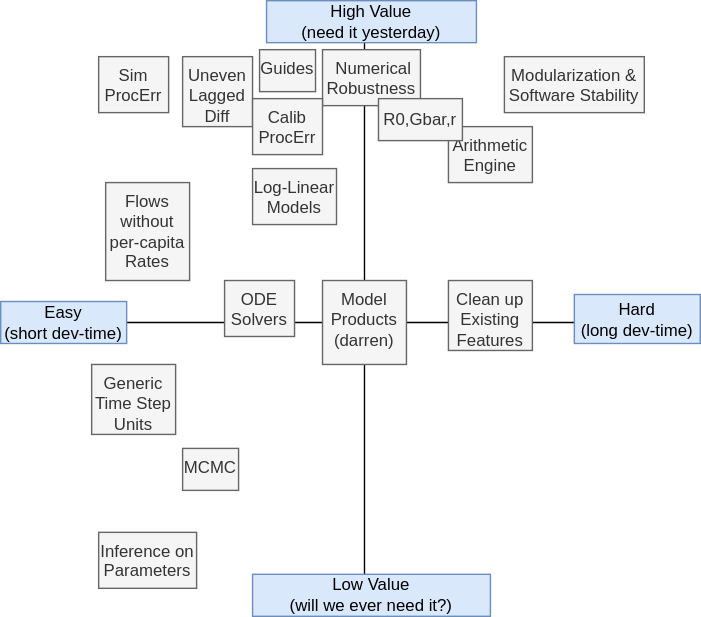
Earlier version of the draw.io export roadmap.svg (mac-theobio/McMasterPandemic). Source tidied: cells renumbered, new cells last; positions are measured from the earlier drawing's top-left corner, leaving out a move shared by most shapes. The source it was exported from:
```xml
<mxGraphModel>
  <root>
    <mxCell id="0" />
    <mxCell id="1" parent="0" />
    <mxCell id="2" style="endArrow=none;html=1;align=center;" parent="1" edge="1">
      <mxGeometry relative="1" as="geometry">
        <mxPoint x="260" y="410" as="sourcePoint" />
        <mxPoint x="260" y="30" as="targetPoint" />
      </mxGeometry>
    </mxCell>
    <mxCell id="3" style="endArrow=none;html=1;align=center;" parent="1" edge="1" target="4">
      <mxGeometry relative="1" as="geometry">
        <mxPoint x="440" y="230" as="sourcePoint" />
      </mxGeometry>
    </mxCell>
    <mxCell id="4" value="Easy&lt;br&gt;(short dev-time)" style="text;html=1;strokeColor=#6c8ebf;fillColor=#dae8fc;align=center;verticalAlign=middle;whiteSpace=wrap;rounded=0;" parent="1" vertex="1">
      <mxGeometry y="215" width="90" height="30" as="geometry" />
    </mxCell>
    <mxCell id="5" value="Hard&lt;br&gt;(long dev-time)" style="text;html=1;strokeColor=#6c8ebf;fillColor=#dae8fc;align=center;verticalAlign=middle;whiteSpace=wrap;rounded=0;" parent="1" vertex="1">
      <mxGeometry x="410" y="210" width="90" height="35" as="geometry" />
    </mxCell>
    <mxCell id="6" value="High Value&lt;br&gt;(need it yesterday)" style="text;html=1;strokeColor=#6c8ebf;fillColor=#dae8fc;align=center;verticalAlign=middle;whiteSpace=wrap;rounded=0;" parent="1" vertex="1">
      <mxGeometry x="190" width="150" height="30" as="geometry" />
    </mxCell>
    <mxCell id="7" value="Low Value&lt;br&gt;(will we ever need it?)" style="text;html=1;strokeColor=#6c8ebf;fillColor=#dae8fc;align=center;verticalAlign=middle;whiteSpace=wrap;rounded=0;" parent="1" vertex="1">
      <mxGeometry x="180" y="410" width="170" height="30" as="geometry" />
    </mxCell>
    <mxCell id="8" value="Arithmetic Engine&lt;br&gt;" style="text;whiteSpace=wrap;html=1;fillColor=#f5f5f5;fontColor=#333333;strokeColor=#666666;align=center;" parent="1" vertex="1">
      <mxGeometry x="320" y="90" width="60" height="40" as="geometry" />
    </mxCell>
    <mxCell id="9" value="&amp;nbsp;Numerical Robustness" style="text;whiteSpace=wrap;html=1;fillColor=#f5f5f5;fontColor=#333333;strokeColor=#666666;align=center;" parent="1" vertex="1">
      <mxGeometry x="230" y="35" width="70" height="40" as="geometry" />
    </mxCell>
    <mxCell id="10" value="Inference on Parameters" style="text;whiteSpace=wrap;html=1;fillColor=#f5f5f5;fontColor=#333333;strokeColor=#666666;align=center;" parent="1" vertex="1">
      <mxGeometry x="70" y="380" width="70" height="40" as="geometry" />
    </mxCell>
    <mxCell id="11" value="Log-Linear Models" style="text;whiteSpace=wrap;html=1;fillColor=#f5f5f5;fontColor=#333333;strokeColor=#666666;align=center;" parent="1" vertex="1">
      <mxGeometry x="180" y="120" width="60" height="40" as="geometry" />
    </mxCell>
    <mxCell id="12" value="Sim ProcErr" style="text;whiteSpace=wrap;html=1;fillColor=#f5f5f5;fontColor=#333333;strokeColor=#666666;align=center;" parent="1" vertex="1">
      <mxGeometry x="70" y="40" width="50" height="40" as="geometry" />
    </mxCell>
    <mxCell id="13" value="Model Products&lt;br&gt;(darren)" style="text;whiteSpace=wrap;html=1;fillColor=#f5f5f5;fontColor=#333333;strokeColor=#666666;align=center;" parent="1" vertex="1">
      <mxGeometry x="230" y="200" width="60" height="60" as="geometry" />
    </mxCell>
    <mxCell id="14" value="ODE Solvers" style="text;whiteSpace=wrap;html=1;fillColor=#f5f5f5;fontColor=#333333;strokeColor=#666666;align=center;" parent="1" vertex="1">
      <mxGeometry x="160" y="200" width="50" height="40" as="geometry" />
    </mxCell>
    <mxCell id="15" value="R0,Gbar,r" style="text;html=1;strokeColor=#666666;fillColor=#f5f5f5;align=center;verticalAlign=middle;whiteSpace=wrap;rounded=0;fontColor=#333333;" parent="1" vertex="1">
      <mxGeometry x="270" y="70" width="60" height="30" as="geometry" />
    </mxCell>
    <mxCell id="16" value="Generic Time Step Units" style="text;whiteSpace=wrap;html=1;fillColor=#f5f5f5;fontColor=#333333;strokeColor=#666666;align=center;" parent="1" vertex="1">
      <mxGeometry x="65" y="260" width="60" height="50" as="geometry" />
    </mxCell>
    <mxCell id="17" value="Flows without per-capita Rates" style="text;whiteSpace=wrap;html=1;fillColor=#f5f5f5;fontColor=#333333;strokeColor=#666666;align=center;" parent="1" vertex="1">
      <mxGeometry x="75" y="130" width="60" height="70" as="geometry" />
    </mxCell>
    <mxCell id="18" value="MCMC" style="text;whiteSpace=wrap;html=1;fillColor=#f5f5f5;fontColor=#333333;strokeColor=#666666;align=center;" parent="1" vertex="1">
      <mxGeometry x="130" y="320" width="40" height="30" as="geometry" />
    </mxCell>
    <mxCell id="19" value="Uneven Lagged Diff" style="text;whiteSpace=wrap;html=1;fillColor=#f5f5f5;fontColor=#333333;strokeColor=#666666;align=center;" parent="1" vertex="1">
      <mxGeometry x="130" y="40" width="50" height="50" as="geometry" />
    </mxCell>
    <mxCell id="20" value="Calib&lt;br&gt;ProcErr" style="text;whiteSpace=wrap;html=1;fillColor=#f5f5f5;fontColor=#333333;strokeColor=#666666;align=center;" parent="1" vertex="1">
      <mxGeometry x="180" y="70" width="50" height="40" as="geometry" />
    </mxCell>
    <mxCell id="21" value="Modularization &amp;amp; Software Stability" style="text;whiteSpace=wrap;html=1;fillColor=#f5f5f5;fontColor=#333333;strokeColor=#666666;align=center;" parent="1" vertex="1">
      <mxGeometry x="360" y="40" width="100" height="40" as="geometry" />
    </mxCell>
    <mxCell id="22" value="Clean up Existing Features" style="text;whiteSpace=wrap;html=1;fillColor=#f5f5f5;fontColor=#333333;strokeColor=#666666;align=center;" parent="1" vertex="1">
      <mxGeometry x="320" y="200" width="60" height="50" as="geometry" />
    </mxCell>
    <mxCell id="23" value="Guides" style="text;whiteSpace=wrap;html=1;fillColor=#f5f5f5;fontColor=#333333;strokeColor=#666666;align=center;" parent="1" vertex="1">
      <mxGeometry x="185" y="35" width="40" height="30" as="geometry" />
    </mxCell>
  </root>
</mxGraphModel>
```
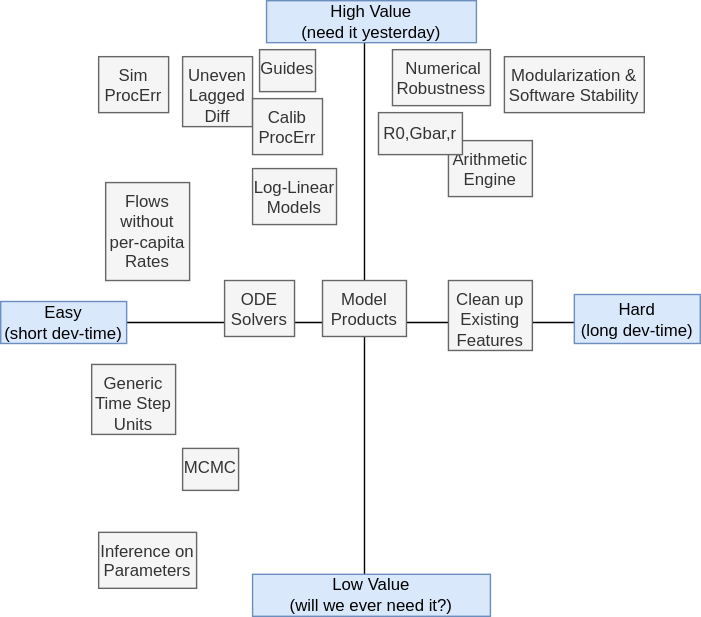
Later version of the same file.

Commit message:
add prioritizations to the roadmap

What changed in the source:
```diff
@@ -26,10 +26,10 @@
       <mxGeometry x="180" y="410" width="170" height="30" as="geometry" />
     </mxCell>
     <mxCell id="8" value="Arithmetic Engine&lt;br&gt;" style="text;whiteSpace=wrap;html=1;fillColor=#f5f5f5;fontColor=#333333;strokeColor=#666666;align=center;" parent="1" vertex="1">
-      <mxGeometry x="320" y="90" width="60" height="40" as="geometry" />
+      <mxGeometry x="320" y="100" width="60" height="40" as="geometry" />
     </mxCell>
     <mxCell id="9" value="&amp;nbsp;Numerical Robustness" style="text;whiteSpace=wrap;html=1;fillColor=#f5f5f5;fontColor=#333333;strokeColor=#666666;align=center;" parent="1" vertex="1">
-      <mxGeometry x="230" y="35" width="70" height="40" as="geometry" />
+      <mxGeometry x="280" y="35" width="70" height="40" as="geometry" />
     </mxCell>
     <mxCell id="10" value="Inference on Parameters" style="text;whiteSpace=wrap;html=1;fillColor=#f5f5f5;fontColor=#333333;strokeColor=#666666;align=center;" parent="1" vertex="1">
       <mxGeometry x="70" y="380" width="70" height="40" as="geometry" />
@@ -40,14 +40,14 @@
     <mxCell id="12" value="Sim ProcErr" style="text;whiteSpace=wrap;html=1;fillColor=#f5f5f5;fontColor=#333333;strokeColor=#666666;align=center;" parent="1" vertex="1">
       <mxGeometry x="70" y="40" width="50" height="40" as="geometry" />
     </mxCell>
-    <mxCell id="13" value="Model Products&lt;br&gt;(darren)" style="text;whiteSpace=wrap;html=1;fillColor=#f5f5f5;fontColor=#333333;strokeColor=#666666;align=center;" parent="1" vertex="1">
-      <mxGeometry x="230" y="200" width="60" height="60" as="geometry" />
+    <mxCell id="13" value="Model Products" style="text;whiteSpace=wrap;html=1;fillColor=#f5f5f5;fontColor=#333333;strokeColor=#666666;align=center;" parent="1" vertex="1">
+      <mxGeometry x="230" y="200" width="60" height="40" as="geometry" />
     </mxCell>
     <mxCell id="14" value="ODE Solvers" style="text;whiteSpace=wrap;html=1;fillColor=#f5f5f5;fontColor=#333333;strokeColor=#666666;align=center;" parent="1" vertex="1">
       <mxGeometry x="160" y="200" width="50" height="40" as="geometry" />
     </mxCell>
     <mxCell id="15" value="R0,Gbar,r" style="text;html=1;strokeColor=#666666;fillColor=#f5f5f5;align=center;verticalAlign=middle;whiteSpace=wrap;rounded=0;fontColor=#333333;" parent="1" vertex="1">
-      <mxGeometry x="270" y="70" width="60" height="30" as="geometry" />
+      <mxGeometry x="270" y="80" width="60" height="30" as="geometry" />
     </mxCell>
     <mxCell id="16" value="Generic Time Step Units" style="text;whiteSpace=wrap;html=1;fillColor=#f5f5f5;fontColor=#333333;strokeColor=#666666;align=center;" parent="1" vertex="1">
       <mxGeometry x="65" y="260" width="60" height="50" as="geometry" />
```
